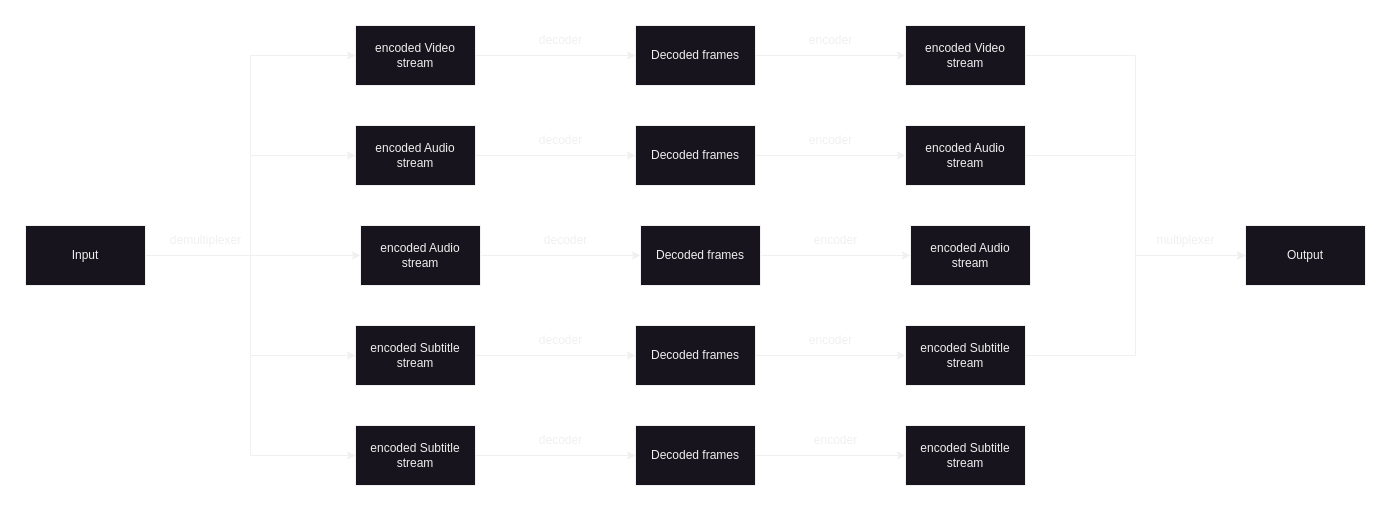
hitanshu310/PyTranscode keeps this draw.io diagram as ffmpeg_stream_diagram.drawio.png. Above is the earlier version. Source tidied: cells renumbered, new cells last; positions are measured from the earlier drawing's top-left corner, leaving out a move shared by most shapes.
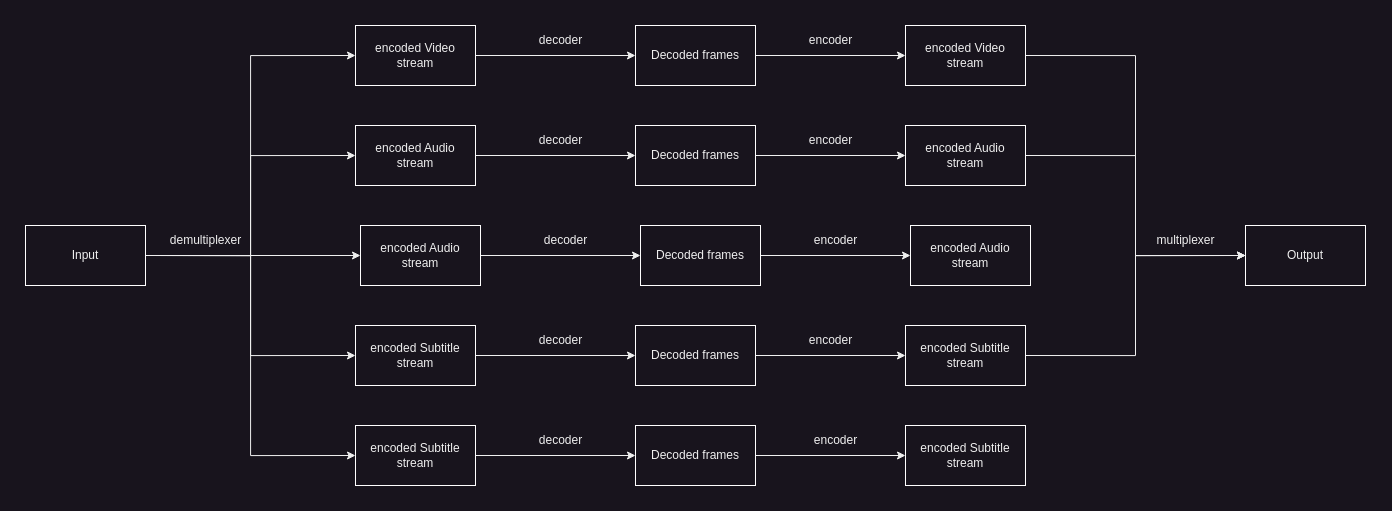
After the commit.

Commit message:
Modifying README.md with basic scope of the project and basic ffmpeg working explaination

What changed in the source:
```diff
@@ -17,25 +17,25 @@
     <mxCell id="6" style="edgeStyle=orthogonalEdgeStyle;rounded=0;jettySize=auto;html=1;exitX=1;exitY=0.5;exitDx=0;exitDy=0;entryX=0;entryY=0.5;entryDx=0;entryDy=0;" parent="1" edge="1" source="7" target="41">
       <mxGeometry relative="1" as="geometry" />
     </mxCell>
-    <mxCell id="7" value="Input" style="rounded=0;whiteSpace=wrap;html=1;" parent="1" vertex="1">
+    <mxCell id="7" value="Input" style="rounded=0;whiteSpace=wrap;html=1;fillColor=none;fillStyle=auto;strokeColor=#FFFFFF;" parent="1" vertex="1">
       <mxGeometry y="200" width="120" height="60" as="geometry" />
     </mxCell>
     <mxCell id="8" style="edgeStyle=orthogonalEdgeStyle;rounded=0;jettySize=auto;html=1;exitX=1;exitY=0.5;exitDx=0;exitDy=0;entryX=0;entryY=0.5;entryDx=0;entryDy=0;" parent="1" edge="1" source="9" target="18">
       <mxGeometry relative="1" as="geometry" />
     </mxCell>
-    <mxCell id="9" value="encoded Audio&lt;br&gt;stream" style="rounded=0;whiteSpace=wrap;html=1;" parent="1" vertex="1">
+    <mxCell id="9" value="encoded Audio&lt;br&gt;stream" style="rounded=0;whiteSpace=wrap;html=1;fillColor=none;fillStyle=auto;strokeColor=#FFFFFF;" parent="1" vertex="1">
       <mxGeometry x="330" y="100" width="120" height="60" as="geometry" />
     </mxCell>
     <mxCell id="10" style="edgeStyle=orthogonalEdgeStyle;rounded=0;jettySize=auto;html=1;exitX=1;exitY=0.5;exitDx=0;exitDy=0;entryX=0;entryY=0.5;entryDx=0;entryDy=0;" parent="1" edge="1" source="11" target="16">
       <mxGeometry relative="1" as="geometry" />
     </mxCell>
-    <mxCell id="11" value="encoded Video &lt;br&gt;stream" style="rounded=0;whiteSpace=wrap;html=1;" parent="1" vertex="1">
+    <mxCell id="11" value="encoded Video &lt;br&gt;stream" style="rounded=0;whiteSpace=wrap;html=1;fillColor=none;fillStyle=auto;strokeColor=#FFFFFF;" parent="1" vertex="1">
       <mxGeometry x="330" width="120" height="60" as="geometry" />
     </mxCell>
     <mxCell id="12" style="edgeStyle=orthogonalEdgeStyle;rounded=0;jettySize=auto;html=1;exitX=1;exitY=0.5;exitDx=0;exitDy=0;entryX=0;entryY=0.5;entryDx=0;entryDy=0;" parent="1" edge="1" source="13" target="20">
       <mxGeometry relative="1" as="geometry" />
     </mxCell>
-    <mxCell id="13" value="encoded Subtitle&lt;br&gt;stream" style="rounded=0;whiteSpace=wrap;html=1;" parent="1" vertex="1">
+    <mxCell id="13" value="encoded Subtitle&lt;br&gt;stream" style="rounded=0;whiteSpace=wrap;html=1;fillColor=none;fillStyle=auto;strokeColor=#FFFFFF;" parent="1" vertex="1">
       <mxGeometry x="330" y="300" width="120" height="60" as="geometry" />
     </mxCell>
     <mxCell id="14" value="demultiplexer" style="text;html=1;align=center;verticalAlign=middle;strokeColor=none;fillColor=none;" parent="1" vertex="1">
@@ -44,19 +44,19 @@
     <mxCell id="15" style="edgeStyle=orthogonalEdgeStyle;rounded=0;jettySize=auto;html=1;exitX=1;exitY=0.5;exitDx=0;exitDy=0;entryX=0;entryY=0.5;entryDx=0;entryDy=0;" parent="1" edge="1" source="16" target="25">
       <mxGeometry relative="1" as="geometry" />
     </mxCell>
-    <mxCell id="16" value="Decoded frames" style="rounded=0;whiteSpace=wrap;html=1;" parent="1" vertex="1">
+    <mxCell id="16" value="Decoded frames" style="rounded=0;whiteSpace=wrap;html=1;fillColor=none;fillStyle=auto;strokeColor=#FFFFFF;" parent="1" vertex="1">
       <mxGeometry x="610" width="120" height="60" as="geometry" />
     </mxCell>
     <mxCell id="17" style="edgeStyle=orthogonalEdgeStyle;rounded=0;jettySize=auto;html=1;exitX=1;exitY=0.5;exitDx=0;exitDy=0;" parent="1" edge="1" source="18" target="27">
       <mxGeometry relative="1" as="geometry" />
     </mxCell>
-    <mxCell id="18" value="Decoded frames" style="rounded=0;whiteSpace=wrap;html=1;" parent="1" vertex="1">
+    <mxCell id="18" value="Decoded frames" style="rounded=0;whiteSpace=wrap;html=1;fillColor=none;fillStyle=auto;strokeColor=#FFFFFF;" parent="1" vertex="1">
       <mxGeometry x="610" y="100" width="120" height="60" as="geometry" />
     </mxCell>
     <mxCell id="19" style="edgeStyle=orthogonalEdgeStyle;rounded=0;jettySize=auto;html=1;exitX=1;exitY=0.5;exitDx=0;exitDy=0;" parent="1" edge="1" source="20" target="29">
       <mxGeometry relative="1" as="geometry" />
     </mxCell>
-    <mxCell id="20" value="Decoded frames" style="rounded=0;whiteSpace=wrap;html=1;" parent="1" vertex="1">
+    <mxCell id="20" value="Decoded frames" style="rounded=0;whiteSpace=wrap;html=1;fillColor=none;fillStyle=auto;strokeColor=#FFFFFF;" parent="1" vertex="1">
       <mxGeometry x="610" y="300" width="120" height="60" as="geometry" />
     </mxCell>
     <mxCell id="21" value="decoder" style="text;html=1;align=center;verticalAlign=middle;strokeColor=none;fillColor=none;" parent="1" vertex="1">
@@ -71,19 +71,19 @@
     <mxCell id="24" style="edgeStyle=orthogonalEdgeStyle;rounded=0;jettySize=auto;html=1;exitX=1;exitY=0.5;exitDx=0;exitDy=0;entryX=0;entryY=0.5;entryDx=0;entryDy=0;" parent="1" edge="1" source="25" target="47">
       <mxGeometry relative="1" as="geometry" />
     </mxCell>
-    <mxCell id="25" value="encoded Video&lt;br&gt;stream" style="rounded=0;whiteSpace=wrap;html=1;" parent="1" vertex="1">
+    <mxCell id="25" value="encoded Video&lt;br&gt;stream" style="rounded=0;whiteSpace=wrap;html=1;fillColor=none;fillStyle=auto;strokeColor=#FFFFFF;" parent="1" vertex="1">
       <mxGeometry x="880" width="120" height="60" as="geometry" />
     </mxCell>
     <mxCell id="26" style="edgeStyle=orthogonalEdgeStyle;rounded=0;jettySize=auto;html=1;exitX=1;exitY=0.5;exitDx=0;exitDy=0;entryX=0;entryY=0.5;entryDx=0;entryDy=0;" parent="1" edge="1" source="27" target="47">
       <mxGeometry relative="1" as="geometry" />
     </mxCell>
-    <mxCell id="27" value="encoded Audio&lt;br&gt;stream" style="rounded=0;whiteSpace=wrap;html=1;" parent="1" vertex="1">
+    <mxCell id="27" value="encoded Audio&lt;br&gt;stream" style="rounded=0;whiteSpace=wrap;html=1;fillColor=none;fillStyle=auto;strokeColor=#FFFFFF;" parent="1" vertex="1">
       <mxGeometry x="880" y="100" width="120" height="60" as="geometry" />
     </mxCell>
     <mxCell id="28" style="edgeStyle=orthogonalEdgeStyle;rounded=0;jettySize=auto;html=1;exitX=1;exitY=0.5;exitDx=0;exitDy=0;entryX=0;entryY=0.5;entryDx=0;entryDy=0;" parent="1" edge="1" source="29" target="47">
       <mxGeometry relative="1" as="geometry" />
     </mxCell>
-    <mxCell id="29" value="encoded Subtitle&lt;br&gt;stream" style="rounded=0;whiteSpace=wrap;html=1;" parent="1" vertex="1">
+    <mxCell id="29" value="encoded Subtitle&lt;br&gt;stream" style="rounded=0;whiteSpace=wrap;html=1;fillColor=none;fillStyle=auto;strokeColor=#FFFFFF;" parent="1" vertex="1">
       <mxGeometry x="880" y="300" width="120" height="60" as="geometry" />
     </mxCell>
     <mxCell id="30" value="encoder" style="text;html=1;align=center;verticalAlign=middle;strokeColor=none;fillColor=none;" parent="1" vertex="1">
@@ -98,19 +98,19 @@
     <mxCell id="33" style="edgeStyle=orthogonalEdgeStyle;rounded=0;jettySize=auto;html=1;exitX=1;exitY=0.5;exitDx=0;exitDy=0;entryX=0;entryY=0.5;entryDx=0;entryDy=0;" parent="1" edge="1" source="34" target="36">
       <mxGeometry relative="1" as="geometry" />
     </mxCell>
-    <mxCell id="34" value="encoded Audio&lt;br&gt;stream" style="rounded=0;whiteSpace=wrap;html=1;" parent="1" vertex="1">
+    <mxCell id="34" value="encoded Audio&lt;br&gt;stream" style="rounded=0;whiteSpace=wrap;html=1;fillColor=none;fillStyle=auto;strokeColor=#FFFFFF;" parent="1" vertex="1">
       <mxGeometry x="335" y="200" width="120" height="60" as="geometry" />
     </mxCell>
     <mxCell id="35" style="edgeStyle=orthogonalEdgeStyle;rounded=0;jettySize=auto;html=1;exitX=1;exitY=0.5;exitDx=0;exitDy=0;" parent="1" edge="1" source="36" target="38">
       <mxGeometry relative="1" as="geometry" />
     </mxCell>
-    <mxCell id="36" value="Decoded frames" style="rounded=0;whiteSpace=wrap;html=1;" parent="1" vertex="1">
+    <mxCell id="36" value="Decoded frames" style="rounded=0;whiteSpace=wrap;html=1;fillColor=none;fillStyle=auto;strokeColor=#FFFFFF;" parent="1" vertex="1">
       <mxGeometry x="615" y="200" width="120" height="60" as="geometry" />
     </mxCell>
     <mxCell id="37" value="decoder" style="text;html=1;align=center;verticalAlign=middle;strokeColor=none;fillColor=none;" parent="1" vertex="1">
       <mxGeometry x="505" y="200" width="70" height="30" as="geometry" />
     </mxCell>
-    <mxCell id="38" value="encoded Audio&lt;br&gt;stream" style="rounded=0;whiteSpace=wrap;html=1;" parent="1" vertex="1">
+    <mxCell id="38" value="encoded Audio&lt;br&gt;stream" style="rounded=0;whiteSpace=wrap;html=1;fillColor=none;fillStyle=auto;strokeColor=#FFFFFF;" parent="1" vertex="1">
       <mxGeometry x="885" y="200" width="120" height="60" as="geometry" />
     </mxCell>
     <mxCell id="39" value="encoder" style="text;html=1;align=center;verticalAlign=middle;strokeColor=none;fillColor=none;" parent="1" vertex="1">
@@ -119,16 +119,16 @@
     <mxCell id="40" style="edgeStyle=orthogonalEdgeStyle;rounded=0;jettySize=auto;html=1;exitX=1;exitY=0.5;exitDx=0;exitDy=0;entryX=0;entryY=0.5;entryDx=0;entryDy=0;" parent="1" edge="1" source="41" target="43">
       <mxGeometry relative="1" as="geometry" />
     </mxCell>
-    <mxCell id="41" value="encoded Subtitle&lt;br&gt;stream" style="rounded=0;whiteSpace=wrap;html=1;" parent="1" vertex="1">
+    <mxCell id="41" value="encoded Subtitle&lt;br&gt;stream" style="rounded=0;whiteSpace=wrap;html=1;fillColor=none;fillStyle=auto;strokeColor=#FFFFFF;" parent="1" vertex="1">
       <mxGeometry x="330" y="400" width="120" height="60" as="geometry" />
     </mxCell>
     <mxCell id="42" style="edgeStyle=orthogonalEdgeStyle;rounded=0;jettySize=auto;html=1;exitX=1;exitY=0.5;exitDx=0;exitDy=0;" parent="1" edge="1" source="43" target="44">
       <mxGeometry relative="1" as="geometry" />
     </mxCell>
-    <mxCell id="43" value="Decoded frames" style="rounded=0;whiteSpace=wrap;html=1;" parent="1" vertex="1">
+    <mxCell id="43" value="Decoded frames" style="rounded=0;whiteSpace=wrap;html=1;fillColor=none;fillStyle=auto;strokeColor=#FFFFFF;" parent="1" vertex="1">
       <mxGeometry x="610" y="400" width="120" height="60" as="geometry" />
     </mxCell>
-    <mxCell id="44" value="encoded Subtitle&lt;br&gt;stream" style="rounded=0;whiteSpace=wrap;html=1;" parent="1" vertex="1">
+    <mxCell id="44" value="encoded Subtitle&lt;br&gt;stream" style="rounded=0;whiteSpace=wrap;html=1;fillColor=none;fillStyle=auto;strokeColor=#FFFFFF;" parent="1" vertex="1">
       <mxGeometry x="880" y="400" width="120" height="60" as="geometry" />
     </mxCell>
     <mxCell id="45" value="decoder" style="text;html=1;align=center;verticalAlign=middle;strokeColor=none;fillColor=none;" parent="1" vertex="1">
@@ -137,7 +137,7 @@
     <mxCell id="46" value="encoder" style="text;html=1;align=center;verticalAlign=middle;strokeColor=none;fillColor=none;" parent="1" vertex="1">
       <mxGeometry x="775" y="400" width="70" height="30" as="geometry" />
     </mxCell>
-    <mxCell id="47" value="Output" style="rounded=0;whiteSpace=wrap;html=1;" parent="1" vertex="1">
+    <mxCell id="47" value="Output" style="rounded=0;whiteSpace=wrap;html=1;fillColor=none;fillStyle=auto;strokeColor=#FFFFFF;" parent="1" vertex="1">
       <mxGeometry x="1220" y="200" width="120" height="60" as="geometry" />
     </mxCell>
     <mxCell id="48" value="multiplexer" style="text;html=1;align=center;verticalAlign=middle;strokeColor=none;fillColor=none;" parent="1" vertex="1">
```
